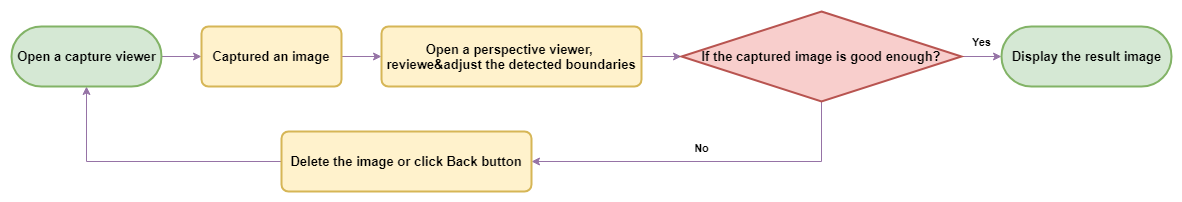
The draw.io diagram assets/imgs/sample1.png in dynamsoft-docs/mobile-document-scanner-docs-js, before a commit. Source tidied: cells renumbered, new cells last; positions are measured from the earlier drawing's top-left corner, leaving out a move shared by most shapes.
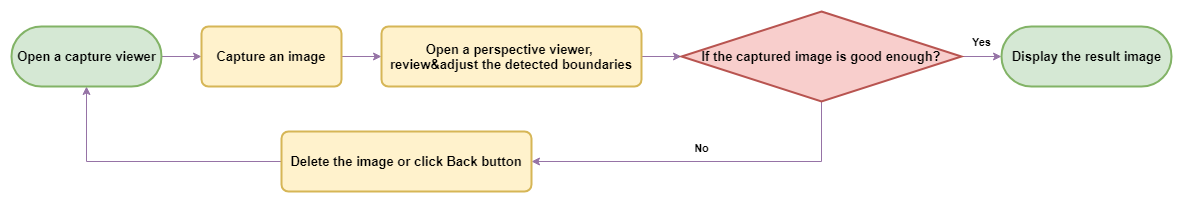
Later version of the same file.

Diff of the diagram source:
```diff
@@ -8,13 +8,13 @@
     <mxCell id="3" style="edgeStyle=orthogonalEdgeStyle;rounded=0;jettySize=auto;html=1;fillColor=#e1d5e7;strokeColor=#9673a6;" parent="1" edge="1" source="4" target="6">
       <mxGeometry relative="1" as="geometry" />
     </mxCell>
-    <mxCell id="4" value="&lt;span&gt;&lt;font style=&quot;font-size: 13px&quot;&gt;&lt;b&gt;Captured an image&lt;/b&gt;&lt;/font&gt;&lt;/span&gt;" style="rounded=1;whiteSpace=wrap;html=1;absoluteArcSize=1;arcSize=14;strokeWidth=2;fillColor=#fff2cc;strokeColor=#d6b656;" parent="1" vertex="1">
+    <mxCell id="4" value="&lt;span&gt;&lt;font style=&quot;font-size: 13px&quot;&gt;&lt;b&gt;Capture an image&lt;/b&gt;&lt;/font&gt;&lt;/span&gt;" style="rounded=1;whiteSpace=wrap;html=1;absoluteArcSize=1;arcSize=14;strokeWidth=2;fillColor=#fff2cc;strokeColor=#d6b656;" parent="1" vertex="1">
       <mxGeometry x="200" y="25" width="140" height="60" as="geometry" />
     </mxCell>
     <mxCell id="5" style="edgeStyle=orthogonalEdgeStyle;rounded=0;jettySize=auto;html=1;fillColor=#e1d5e7;strokeColor=#9673a6;" parent="1" edge="1" source="6" target="11">
       <mxGeometry relative="1" as="geometry" />
     </mxCell>
-    <mxCell id="6" value="&lt;font style=&quot;font-size: 13px&quot;&gt;&lt;b&gt;Open a perspective viewer, &lt;br&gt;reviewe&amp;amp;adjust the detected boundaries&lt;/b&gt;&lt;/font&gt;" style="rounded=1;whiteSpace=wrap;html=1;absoluteArcSize=1;arcSize=14;strokeWidth=2;fillColor=#fff2cc;strokeColor=#d6b656;" parent="1" vertex="1">
+    <mxCell id="6" value="&lt;font style=&quot;font-size: 13px&quot;&gt;&lt;b&gt;Open a perspective viewer, &lt;br&gt;review&amp;amp;adjust the detected boundaries&lt;/b&gt;&lt;/font&gt;" style="rounded=1;whiteSpace=wrap;html=1;absoluteArcSize=1;arcSize=14;strokeWidth=2;fillColor=#fff2cc;strokeColor=#d6b656;" parent="1" vertex="1">
       <mxGeometry x="380" y="25" width="260" height="60" as="geometry" />
     </mxCell>
     <mxCell id="7" style="edgeStyle=orthogonalEdgeStyle;rounded=0;jettySize=auto;html=1;entryX=0;entryY=0.5;entryDx=0;entryDy=0;entryPerimeter=0;fillColor=#e1d5e7;strokeColor=#9673a6;" parent="1" edge="1" source="11" target="15">
```
